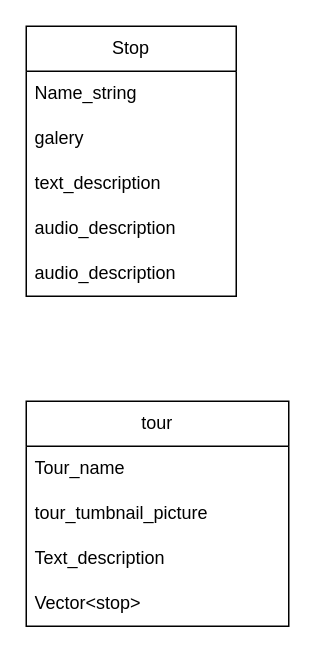
This is Program documentation description/class_diagram.dio from MateoCorDuarte/Happy_Walking_Tour_App, a draw.io file, before an edit. Source tidied: cells renumbered, new cells numbered last; positions are measured from the earlier drawing's top-left corner, leaving out a move shared by most shapes. Both pictures are drawn from the tidied source at 150%, with x=0, y=0 at pixel (26, 26).
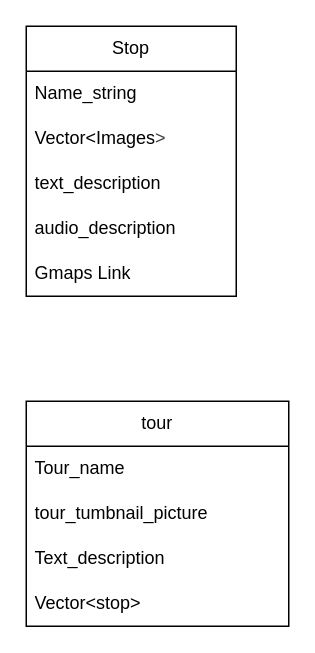
After the change.

Commit message:
Stop class, and Tour class.

Diff of the diagram source:
```diff
@@
 <mxGraphModel>
   <root>
     <mxCell id="0" />
     <mxCell id="1" parent="0" />
     <mxCell id="2" value="Stop" style="swimlane;fontStyle=0;horizontal=1;startSize=30;whiteSpace=wrap;html=1;" parent="1" vertex="1">
       <mxGeometry width="140" height="180" as="geometry" />
     </mxCell>
     <mxCell id="3" value="Name_string" style="text;strokeColor=none;fillColor=none;align=left;verticalAlign=middle;spacingLeft=4;spacingRight=4;overflow=hidden;whiteSpace=wrap;html=1;" parent="2" vertex="1">
       <mxGeometry y="30" width="140" height="30" as="geometry" />
     </mxCell>
-    <mxCell id="4" value="galery" style="text;strokeColor=none;fillColor=none;align=left;verticalAlign=middle;spacingLeft=4;spacingRight=4;overflow=hidden;whiteSpace=wrap;html=1;" parent="2" vertex="1">
+    <mxCell id="4" value="Vector&amp;lt;Images&lt;span style=&quot;color: rgb(63, 63, 63); background-color: transparent;&quot;&gt;&amp;gt;&lt;/span&gt;" style="text;strokeColor=none;fillColor=none;align=left;verticalAlign=middle;spacingLeft=4;spacingRight=4;overflow=hidden;whiteSpace=wrap;html=1;" parent="2" vertex="1">
       <mxGeometry y="60" width="140" height="30" as="geometry" />
     </mxCell>
     <mxCell id="5" value="text_description" style="text;strokeColor=none;fillColor=none;align=left;verticalAlign=middle;spacingLeft=4;spacingRight=4;overflow=hidden;whiteSpace=wrap;html=1;" parent="2" vertex="1">
       <mxGeometry y="90" width="140" height="30" as="geometry" />
     </mxCell>
     <mxCell id="6" value="audio_description" style="text;strokeColor=none;fillColor=none;align=left;verticalAlign=middle;spacingLeft=4;spacingRight=4;overflow=hidden;whiteSpace=wrap;html=1;" parent="2" vertex="1">
       <mxGeometry y="120" width="140" height="30" as="geometry" />
     </mxCell>
-    <mxCell id="7" value="audio_description" style="text;strokeColor=none;fillColor=none;align=left;verticalAlign=middle;spacingLeft=4;spacingRight=4;overflow=hidden;whiteSpace=wrap;html=1;" parent="2" vertex="1">
+    <mxCell id="7" value="Gmaps Link" style="text;strokeColor=none;fillColor=none;align=left;verticalAlign=middle;spacingLeft=4;spacingRight=4;overflow=hidden;whiteSpace=wrap;html=1;" parent="2" vertex="1">
       <mxGeometry y="150" width="140" height="30" as="geometry" />
     </mxCell>
     <mxCell id="8" value="tour" style="swimlane;fontStyle=0;horizontal=1;startSize=30;whiteSpace=wrap;html=1;" parent="1" vertex="1">
       <mxGeometry y="250" width="175" height="150" as="geometry" />
     </mxCell>
     <mxCell id="9" value="Tour_name" style="text;strokeColor=none;fillColor=none;align=left;verticalAlign=middle;spacingLeft=4;spacingRight=4;overflow=hidden;whiteSpace=wrap;html=1;" parent="8" vertex="1">
       <mxGeometry y="30" width="175" height="30" as="geometry" />
     </mxCell>
     <mxCell id="10" value="&lt;span style=&quot;color: rgb(0, 0, 0);&quot;&gt;tour_tumbnail_picture&lt;/span&gt;" style="text;strokeColor=none;fillColor=none;align=left;verticalAlign=middle;spacingLeft=4;spacingRight=4;overflow=hidden;whiteSpace=wrap;html=1;" parent="8" vertex="1">
       <mxGeometry y="60" width="175" height="30" as="geometry" />
     </mxCell>
     <mxCell id="11" value="Text_description" style="text;strokeColor=none;fillColor=none;align=left;verticalAlign=middle;spacingLeft=4;spacingRight=4;overflow=hidden;whiteSpace=wrap;html=1;" parent="8" vertex="1">
       <mxGeometry y="90" width="175" height="30" as="geometry" />
     </mxCell>
     <mxCell id="12" value="Vector&amp;lt;stop&amp;gt;" style="text;strokeColor=none;fillColor=none;align=left;verticalAlign=middle;spacingLeft=4;spacingRight=4;overflow=hidden;whiteSpace=wrap;html=1;" parent="8" vertex="1">
       <mxGeometry y="120" width="175" height="30" as="geometry" />
     </mxCell>
   </root>
 </mxGraphModel>
```
